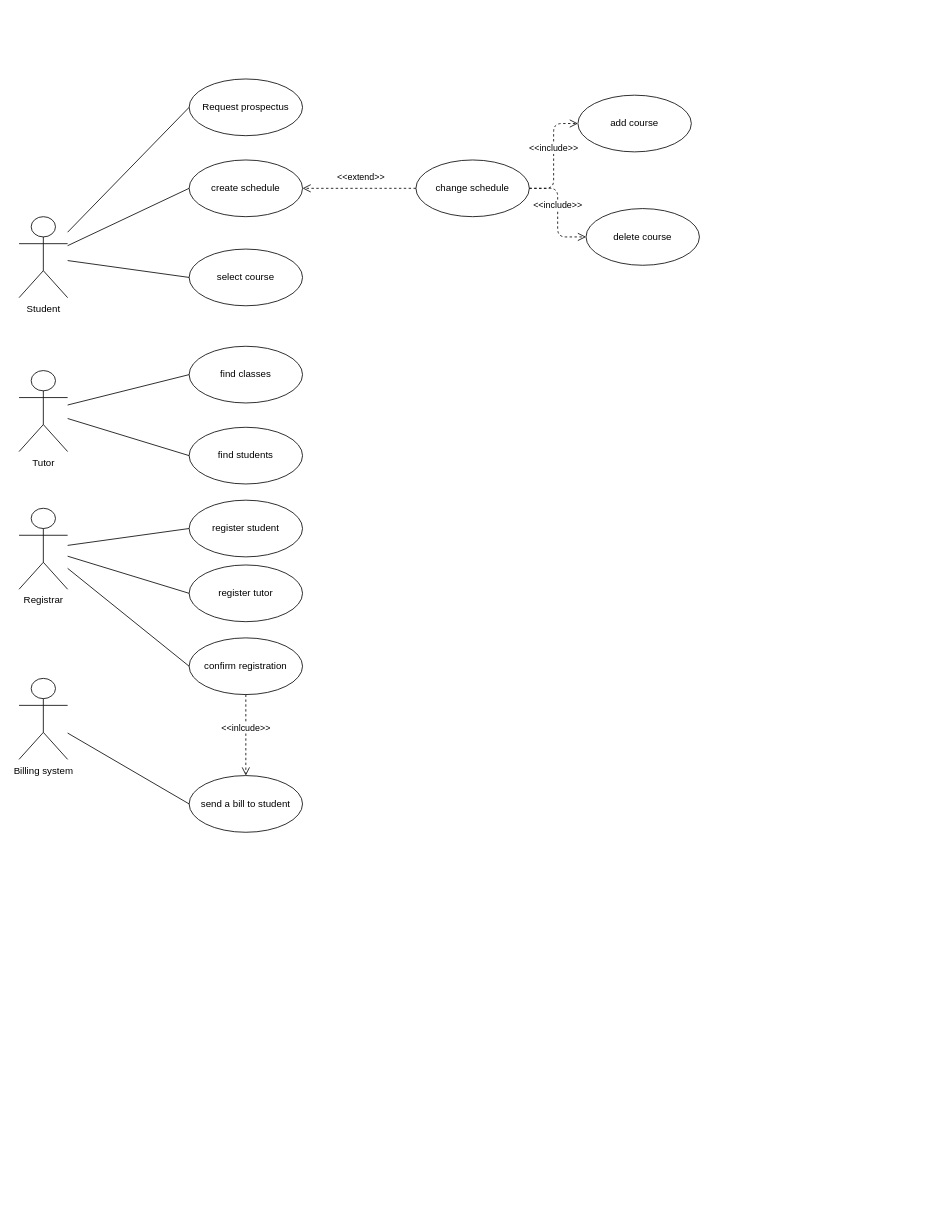
Earlier version of the draw.io diagram SoftwareEngineering.drawio (tabuenam/Entity_Relationships). Source tidied: cells renumbered, new cells numbered last; positions are measured from the earlier drawing's top-left corner, leaving out a move shared by most shapes. Both pictures are drawn from the tidied source at 81%, with x=0, y=0 at pixel (19, 79).
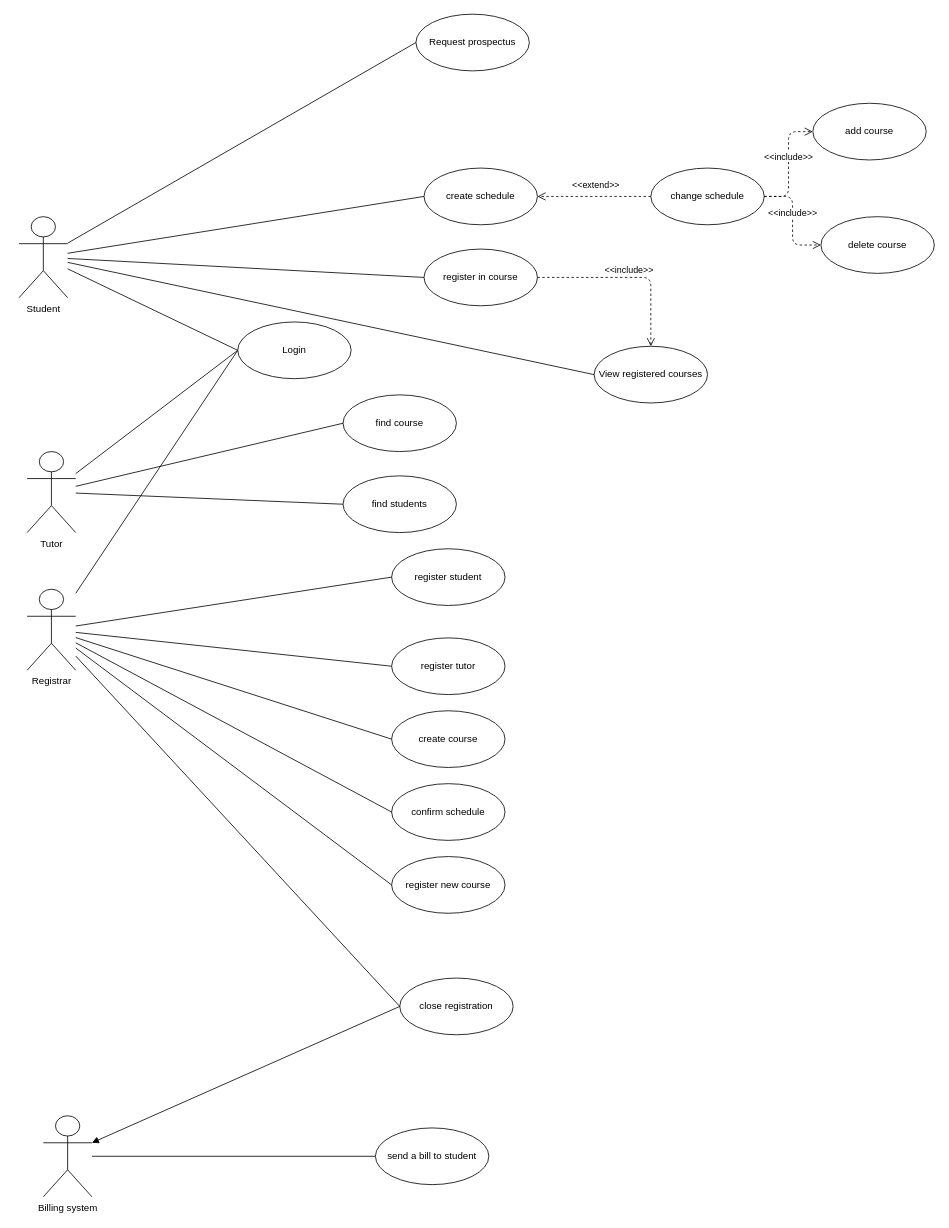
Above is the later version.

Unchanged cells that the change refers to:
```xml
<mxCell id="2" value="Student&lt;br&gt;" style="shape=umlActor;verticalLabelPosition=bottom;verticalAlign=top;html=1;outlineConnect=0;" parent="1" vertex="1">
  <mxGeometry y="170" width="60" height="100" as="geometry" />
</mxCell>
```

What changed in the source:
```diff
@@
     <mxCell id="3" value="Tutor" style="shape=umlActor;verticalLabelPosition=bottom;verticalAlign=top;html=1;outlineConnect=0;" parent="1" vertex="1">
-      <mxGeometry y="360" width="60" height="100" as="geometry" />
+      <mxGeometry x="10" y="460" width="60" height="100" as="geometry" />
     </mxCell>
-    <mxCell id="4" style="group;" parent="1" vertex="1">
-      <mxGeometry x="150" y="20" width="280" height="410" as="geometry" />
-    </mxCell>
-    <mxCell id="5" value="Request prospectus" style="ellipse;whiteSpace=wrap;html=1;" parent="4" vertex="1">
-      <mxGeometry x="60" y="-20" width="140" height="70" as="geometry" />
-    </mxCell>
-    <mxCell id="6" value="create schedule" style="ellipse;whiteSpace=wrap;html=1;" parent="4" vertex="1">
-      <mxGeometry x="60" y="80" width="140" height="70" as="geometry" />
-    </mxCell>
-    <mxCell id="7" value="select course" style="ellipse;whiteSpace=wrap;html=1;" parent="4" vertex="1">
-      <mxGeometry x="60" y="190" width="140" height="70" as="geometry" />
-    </mxCell>
-    <mxCell id="8" value="find classes" style="ellipse;whiteSpace=wrap;html=1;" parent="4" vertex="1">
-      <mxGeometry x="60" y="310" width="140" height="70" as="geometry" />
-    </mxCell>
     <mxCell id="9" value="Registrar" style="shape=umlActor;verticalLabelPosition=bottom;verticalAlign=top;html=1;outlineConnect=0;" parent="1" vertex="1">
-      <mxGeometry y="530" width="60" height="100" as="geometry" />
+      <mxGeometry x="10" y="630" width="60" height="100" as="geometry" />
     </mxCell>
     <mxCell id="10" value="Billing system" style="shape=umlActor;verticalLabelPosition=bottom;verticalAlign=top;html=1;outlineConnect=0;" parent="1" vertex="1">
-      <mxGeometry y="740" width="60" height="100" as="geometry" />
+      <mxGeometry x="30" y="1280" width="60" height="100" as="geometry" />
     </mxCell>
     <mxCell id="11" value="find students" style="ellipse;whiteSpace=wrap;html=1;" parent="1" vertex="1">
-      <mxGeometry x="210" y="430" width="140" height="70" as="geometry" />
+      <mxGeometry x="400" y="490" width="140" height="70" as="geometry" />
     </mxCell>
     <mxCell id="12" value="register student" style="ellipse;whiteSpace=wrap;html=1;" parent="1" vertex="1">
-      <mxGeometry x="210" y="520" width="140" height="70" as="geometry" />
+      <mxGeometry x="460" y="580" width="140" height="70" as="geometry" />
     </mxCell>
@@
     <mxCell id="19" value="send a bill to student" style="ellipse;whiteSpace=wrap;html=1;" parent="1" vertex="1">
-      <mxGeometry x="210" y="860" width="140" height="70" as="geometry" />
+      <mxGeometry x="440" y="1295" width="140" height="70" as="geometry" />
     </mxCell>
@@
     <mxCell id="21" value="change schedule" style="ellipse;whiteSpace=wrap;html=1;" parent="1" vertex="1">
-      <mxGeometry x="490" y="100" width="140" height="70" as="geometry" />
+      <mxGeometry x="780" y="110" width="140" height="70" as="geometry" />
     </mxCell>
     <mxCell id="22" style="html=1;verticalAlign=bottom;endArrow=open;dashed=1;endSize=8;entryX=1;entryY=0.5;entryDx=0;entryDy=0;exitX=0;exitY=0.5;exitDx=0;exitDy=0;" parent="1" edge="1" source="21" target="6">
       <mxGeometry relative="1" as="geometry">
         <Array as="points">
-          <mxPoint x="430" y="135" />
+          <mxPoint x="720" y="145" />
         </Array>
       </mxGeometry>
     </mxCell>
@@
     <mxCell id="24" value="delete course" style="ellipse;whiteSpace=wrap;html=1;" parent="1" vertex="1">
-      <mxGeometry x="700" y="160" width="140" height="70" as="geometry" />
+      <mxGeometry x="990" y="170" width="140" height="70" as="geometry" />
     </mxCell>
     <mxCell id="25" value="add course" style="ellipse;whiteSpace=wrap;html=1;" parent="1" vertex="1">
-      <mxGeometry x="690" y="20" width="140" height="70" as="geometry" />
+      <mxGeometry x="980" y="30" width="140" height="70" as="geometry" />
     </mxCell>
@@
     <mxCell id="28" value="register tutor" style="ellipse;whiteSpace=wrap;html=1;" parent="1" vertex="1">
-      <mxGeometry x="210" y="600" width="140" height="70" as="geometry" />
+      <mxGeometry x="460" y="690" width="140" height="70" as="geometry" />
     </mxCell>
@@
-    <mxCell id="30" value="confirm registration" style="ellipse;whiteSpace=wrap;html=1;" parent="1" vertex="1">
-      <mxGeometry x="210" y="690" width="140" height="70" as="geometry" />
+    <mxCell id="30" value="close registration" style="ellipse;whiteSpace=wrap;html=1;" parent="1" vertex="1">
+      <mxGeometry x="470" y="1110" width="140" height="70" as="geometry" />
     </mxCell>
@@
-    <mxCell id="32" value="&amp;lt;&amp;lt;inlcude&amp;gt;&amp;gt;" style="html=1;verticalAlign=bottom;endArrow=open;dashed=1;endSize=8;entryX=0.5;entryY=0;entryDx=0;entryDy=0;exitX=0.5;exitY=1;exitDx=0;exitDy=0;" parent="1" edge="1" source="30" target="19">
-      <mxGeometry relative="1" as="geometry" />
-    </mxCell>
+    <mxCell id="5" value="Request prospectus" style="ellipse;whiteSpace=wrap;html=1;" parent="1" vertex="1">
+      <mxGeometry x="490" y="-80" width="140" height="70" as="geometry" />
+    </mxCell>
+    <mxCell id="6" value="create schedule" style="ellipse;whiteSpace=wrap;html=1;" parent="1" vertex="1">
+      <mxGeometry x="500" y="110" width="140" height="70" as="geometry" />
+    </mxCell>
+    <mxCell id="7" value="register in course" style="ellipse;whiteSpace=wrap;html=1;" parent="1" vertex="1">
+      <mxGeometry x="500" y="210" width="140" height="70" as="geometry" />
+    </mxCell>
+    <mxCell id="8" value="find course" style="ellipse;whiteSpace=wrap;html=1;" parent="1" vertex="1">
+      <mxGeometry x="400" y="390" width="140" height="70" as="geometry" />
+    </mxCell>
+    <mxCell id="33" value="Login" style="ellipse;whiteSpace=wrap;html=1;" parent="1" vertex="1">
+      <mxGeometry x="270" y="300" width="140" height="70" as="geometry" />
+    </mxCell>
+    <mxCell id="34" style="endArrow=none;html=1;entryX=0;entryY=0.5;entryDx=0;entryDy=0;" parent="1" edge="1" source="2" target="33">
+      <mxGeometry relative="1" as="geometry" />
+    </mxCell>
+    <mxCell id="35" style="endArrow=none;html=1;entryX=0;entryY=0.5;entryDx=0;entryDy=0;" parent="1" edge="1" source="9" target="33">
+      <mxGeometry relative="1" as="geometry" />
+    </mxCell>
+    <mxCell id="36" style="endArrow=none;html=1;entryX=0;entryY=0.5;entryDx=0;entryDy=0;" parent="1" edge="1" source="3" target="33">
+      <mxGeometry relative="1" as="geometry" />
+    </mxCell>
+    <mxCell id="37" value="create course" style="ellipse;whiteSpace=wrap;html=1;" parent="1" vertex="1">
+      <mxGeometry x="460" y="780" width="140" height="70" as="geometry" />
+    </mxCell>
+    <mxCell id="38" value="confirm schedule" style="ellipse;whiteSpace=wrap;html=1;" parent="1" vertex="1">
+      <mxGeometry x="460" y="870" width="140" height="70" as="geometry" />
+    </mxCell>
+    <mxCell id="39" style="endArrow=none;html=1;entryX=0;entryY=0.5;entryDx=0;entryDy=0;" parent="1" edge="1" source="9" target="37">
+      <mxGeometry relative="1" as="geometry" />
+    </mxCell>
+    <mxCell id="40" style="endArrow=none;html=1;entryX=0;entryY=0.5;entryDx=0;entryDy=0;" parent="1" edge="1" source="9" target="38">
+      <mxGeometry relative="1" as="geometry" />
+    </mxCell>
+    <mxCell id="41" style="html=1;verticalAlign=bottom;endArrow=block;entryX=1;entryY=0.3333333333333333;entryDx=0;entryDy=0;entryPerimeter=0;exitX=0;exitY=0.5;exitDx=0;exitDy=0;" parent="1" edge="1" source="30" target="10">
+      <mxGeometry relative="1" as="geometry" />
+    </mxCell>
+    <mxCell id="42" value="register new course" style="ellipse;whiteSpace=wrap;html=1;" parent="1" vertex="1">
+      <mxGeometry x="460" y="960" width="140" height="70" as="geometry" />
+    </mxCell>
+    <mxCell id="43" style="endArrow=none;html=1;entryX=0;entryY=0.5;entryDx=0;entryDy=0;" parent="1" edge="1" source="9" target="42">
+      <mxGeometry relative="1" as="geometry" />
+    </mxCell>
+    <mxCell id="44" value="View registered courses" style="ellipse;whiteSpace=wrap;html=1;" parent="1" vertex="1">
+      <mxGeometry x="710" y="330" width="140" height="70" as="geometry" />
+    </mxCell>
+    <mxCell id="45" style="endArrow=none;html=1;entryX=0;entryY=0.5;entryDx=0;entryDy=0;" parent="1" edge="1" source="2" target="44">
+      <mxGeometry relative="1" as="geometry" />
+    </mxCell>
+    <mxCell id="46" value="&amp;lt;&amp;lt;include&amp;gt;&amp;gt;" style="html=1;verticalAlign=bottom;endArrow=open;dashed=1;endSize=8;exitX=1;exitY=0.5;exitDx=0;exitDy=0;entryX=0.5;entryY=0;entryDx=0;entryDy=0;edgeStyle=orthogonalEdgeStyle;" parent="1" edge="1" source="7" target="44">
+      <mxGeometry relative="1" as="geometry" />
+    </mxCell>
```
